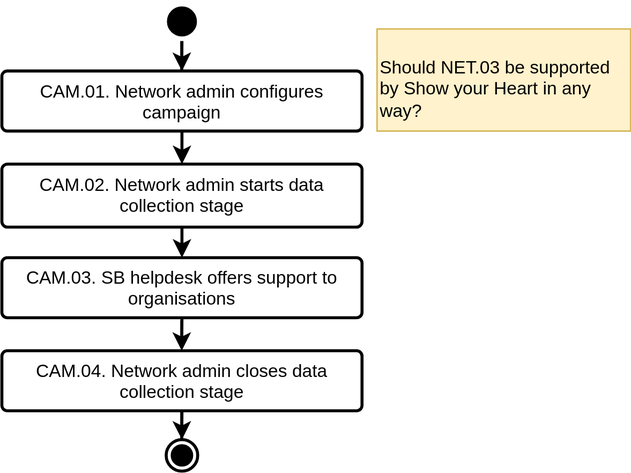
Show-your-Heart/ShowYourHeart-docs keeps this draw.io diagram as Process/ProcessCAM.svg. Above is the earlier version. Source tidied: cells renumbered, new cells last; positions are measured from the earlier drawing's top-left corner, leaving out a move shared by most shapes. Its diagram source:
```xml
<mxGraphModel>
  <root>
    <mxCell id="0" />
    <mxCell id="1" parent="0" />
    <mxCell id="2" value="CAM.03. SB helpdesk offers support to organisations" style="rounded=1;whiteSpace=wrap;html=1;shadow=0;verticalAlign=top;spacingLeft=10;spacingRight=10;arcSize=9;strokeWidth=2;" parent="1" vertex="1">
      <mxGeometry y="170.4" width="240" height="40" as="geometry" />
    </mxCell>
    <mxCell id="3" value="CAM.04. Network admin closes data collection stage" style="rounded=1;whiteSpace=wrap;html=1;shadow=0;verticalAlign=top;spacingLeft=10;spacingRight=10;arcSize=9;strokeWidth=2;" parent="1" vertex="1">
      <mxGeometry y="232.4" width="240" height="40" as="geometry" />
    </mxCell>
    <mxCell id="4" value="&lt;p&gt;Should NET.03 be supported by Show your Heart in any way?&lt;/p&gt;" style="text;html=1;whiteSpace=wrap;overflow=hidden;rounded=0;fillColor=#fff2cc;strokeColor=#d6b656;" parent="1" vertex="1">
      <mxGeometry x="250" y="18" width="169" height="68" as="geometry" />
    </mxCell>
    <mxCell id="5" style="ellipse;html=1;shape=startState;fillColor=#000000;strokeWidth=2;perimeterSpacing=0;shadow=0;sketch=0;" parent="1" vertex="1">
      <mxGeometry x="105" y="104" width="30" height="30" as="geometry" />
    </mxCell>
    <mxCell id="6" value="CAM.02.&amp;nbsp;Network admin starts data collection stage" style="rounded=1;whiteSpace=wrap;html=1;shadow=0;verticalAlign=top;spacingLeft=10;spacingRight=10;arcSize=9;strokeWidth=2;" parent="1" vertex="1">
      <mxGeometry y="108" width="240" height="42" as="geometry" />
    </mxCell>
    <mxCell id="7" style="edgeStyle=orthogonalEdgeStyle;rounded=0;jumpStyle=sharp;jettySize=auto;html=1;entryX=0.5;entryY=0;entryDx=0;entryDy=0;strokeWidth=2;" parent="1" edge="1" source="8" target="11">
      <mxGeometry relative="1" as="geometry" />
    </mxCell>
    <mxCell id="8" style="ellipse;html=1;shape=startState;fillColor=#000000;strokeWidth=2;perimeterSpacing=0;shadow=0;sketch=0;" parent="1" vertex="1">
      <mxGeometry x="107" width="26" height="26" as="geometry" />
    </mxCell>
    <mxCell id="9" style="rounded=0;jumpStyle=sharp;jettySize=auto;html=1;strokeWidth=2;exitX=0.5;exitY=1;exitDx=0;exitDy=0;" parent="1" edge="1" source="11">
      <mxGeometry relative="1" as="geometry">
        <mxPoint x="120" y="108" as="targetPoint" />
      </mxGeometry>
    </mxCell>
    <mxCell id="10" style="edgeStyle=orthogonalEdgeStyle;rounded=0;jumpStyle=sharp;jettySize=auto;html=1;exitX=0.5;exitY=1;exitDx=0;exitDy=0;strokeWidth=2;entryX=0.5;entryY=0;entryDx=0;entryDy=0;" parent="1" edge="1" source="6" target="2">
      <mxGeometry relative="1" as="geometry" />
    </mxCell>
    <mxCell id="11" value="&lt;div&gt;CAM.01.&amp;nbsp;Network admin configures campaign&lt;/div&gt;" style="rounded=1;whiteSpace=wrap;html=1;shadow=0;verticalAlign=top;spacingLeft=10;spacingRight=10;arcSize=9;strokeWidth=2;" parent="1" vertex="1">
      <mxGeometry y="46" width="240" height="40" as="geometry" />
    </mxCell>
    <mxCell id="12" style="edgeStyle=orthogonalEdgeStyle;rounded=0;jumpStyle=sharp;jettySize=auto;html=1;strokeWidth=2;exitX=0.5;exitY=1;exitDx=0;exitDy=0;" parent="1" edge="1" source="2" target="3">
      <mxGeometry relative="1" as="geometry" />
    </mxCell>
    <mxCell id="13" style="edgeStyle=orthogonalEdgeStyle;rounded=0;jumpStyle=sharp;jettySize=auto;html=1;exitX=0.5;exitY=1;exitDx=0;exitDy=0;strokeWidth=2;" parent="1" edge="1" source="3" target="14">
      <mxGeometry relative="1" as="geometry" />
    </mxCell>
    <mxCell id="14" style="ellipse;html=1;shape=endState;fillColor=#000000;strokeColor=#000000;strokeWidth=2;" parent="1" vertex="1">
      <mxGeometry x="109.5" y="291.6" width="21" height="21" as="geometry" />
    </mxCell>
  </root>
</mxGraphModel>
```
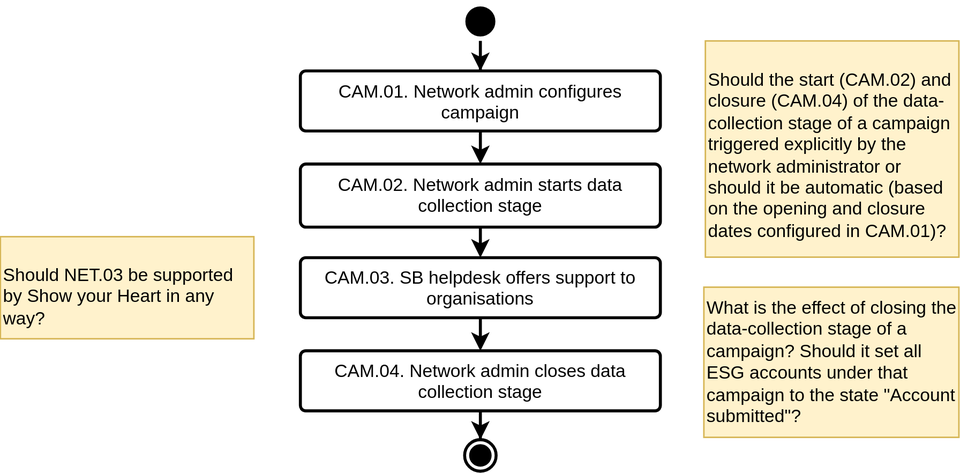
After the change.

What changed in the source:
```diff
@@ -9,7 +9,7 @@
       <mxGeometry y="232.4" width="240" height="40" as="geometry" />
     </mxCell>
     <mxCell id="4" value="&lt;p&gt;Should NET.03 be supported by Show your Heart in any way?&lt;/p&gt;" style="text;html=1;whiteSpace=wrap;overflow=hidden;rounded=0;fillColor=#fff2cc;strokeColor=#d6b656;" parent="1" vertex="1">
-      <mxGeometry x="250" y="18" width="169" height="68" as="geometry" />
+      <mxGeometry x="-200" y="156.4" width="169" height="68" as="geometry" />
     </mxCell>
     <mxCell id="5" style="ellipse;html=1;shape=startState;fillColor=#000000;strokeWidth=2;perimeterSpacing=0;shadow=0;sketch=0;" parent="1" vertex="1">
       <mxGeometry x="105" y="104" width="30" height="30" as="geometry" />
@@ -43,5 +43,11 @@
     <mxCell id="14" style="ellipse;html=1;shape=endState;fillColor=#000000;strokeColor=#000000;strokeWidth=2;" parent="1" vertex="1">
       <mxGeometry x="109.5" y="291.6" width="21" height="21" as="geometry" />
     </mxCell>
+    <mxCell id="15" value="&lt;p&gt;Should the start (CAM.02) and closure (CAM.04) of the data-collection stage of a campaign triggered explicitly by the network administrator or should it be automatic (based on the opening and closure dates configured in CAM.01)?&amp;nbsp;&lt;/p&gt;&lt;p&gt;&lt;br&gt;&lt;/p&gt;" style="text;html=1;whiteSpace=wrap;overflow=hidden;rounded=0;fillColor=#fff2cc;strokeColor=#d6b656;" parent="1" vertex="1">
+      <mxGeometry x="270" y="26" width="169" height="144" as="geometry" />
+    </mxCell>
+    <mxCell id="16" value="What is the effect of closing the data-collection stage of a campaign? Should it set all ESG accounts under that campaign to the state &quot;Account submitted&quot;?&lt;div&gt;&lt;br/&gt;&lt;/div&gt;" style="text;whiteSpace=wrap;html=1;fillColor=#fff2cc;strokeColor=#d6b656;" parent="1" vertex="1">
+      <mxGeometry x="269" y="190" width="170" height="100" as="geometry" />
+    </mxCell>
   </root>
 </mxGraphModel>
```
